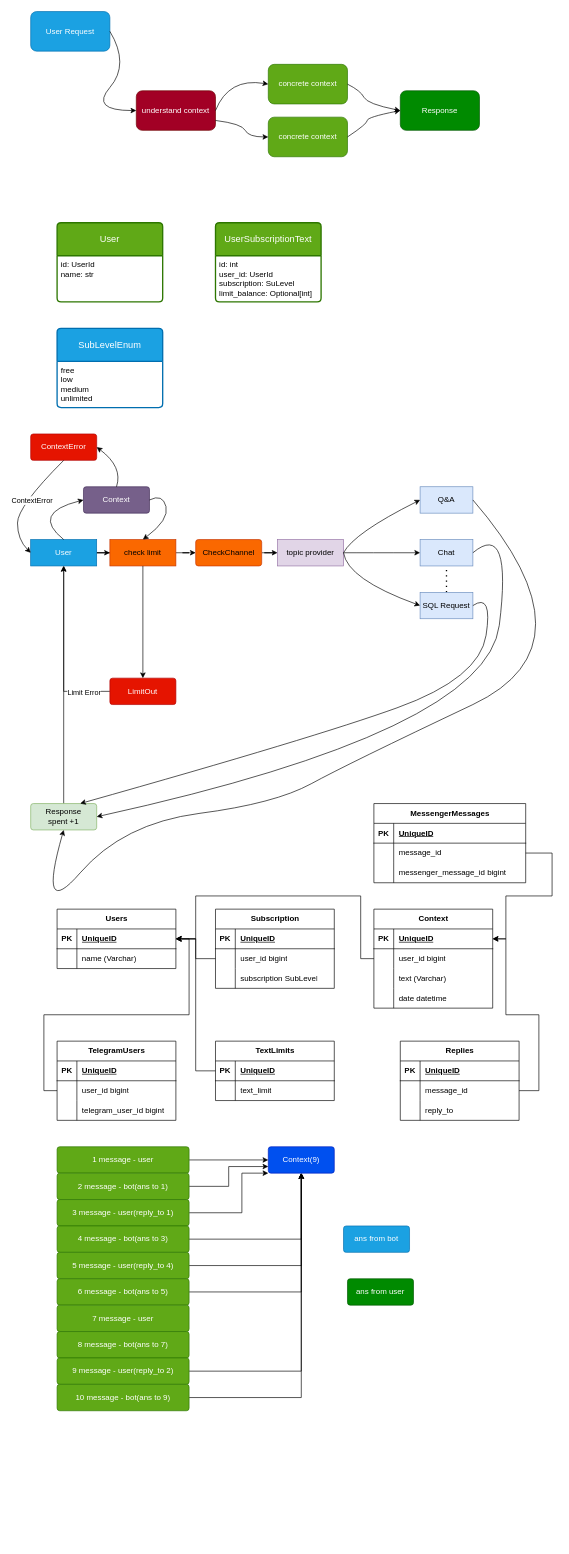
Before: ChatGpt.drawio in KmvRoman/Diagrams, a draw.io diagram. Source tidied: cells renumbered, new cells numbered last; positions are measured from the earlier drawing's top-left corner, leaving out a move shared by most shapes. Both pictures are drawn from the tidied source at 66%, with x=0, y=0 at pixel (17, 11).
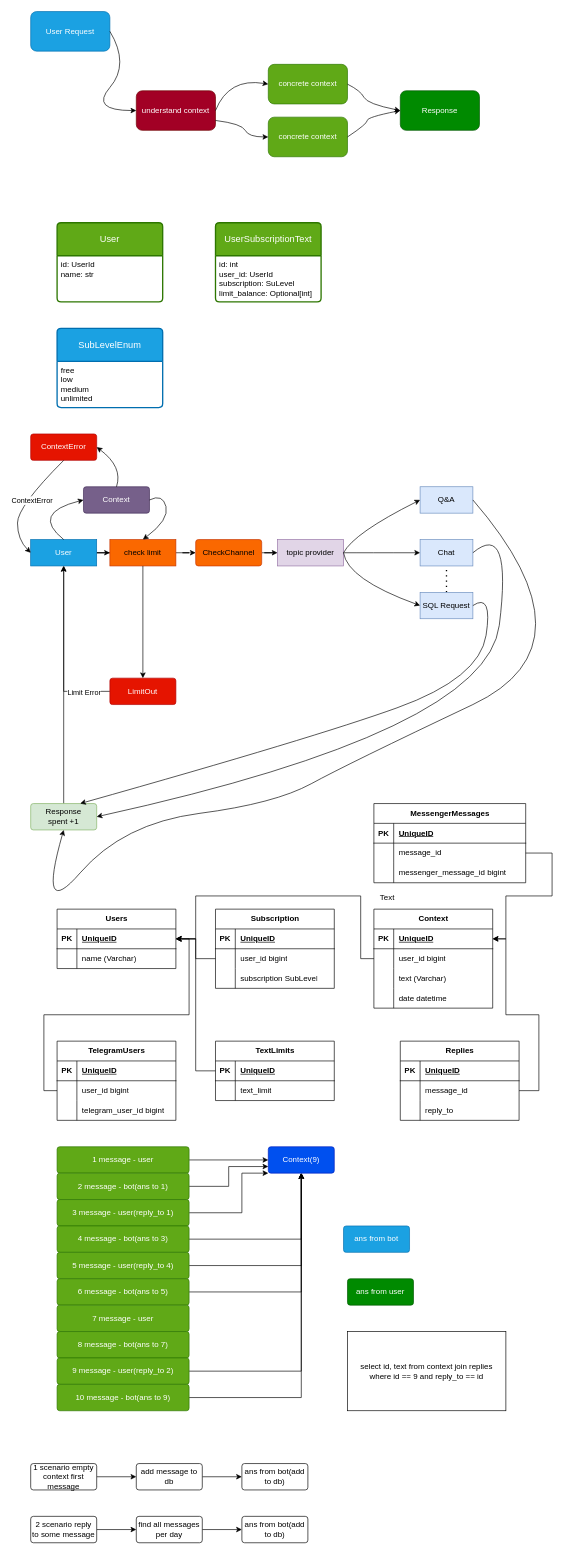
The same diagram, later.

What changed in the source:
```diff
@@
+    <mxCell id="143" style="edgeStyle=orthogonalEdgeStyle;rounded=0;jettySize=auto;html=1;entryX=0;entryY=0.5;entryDx=0;entryDy=0;" parent="1" edge="1" source="144" target="146">
+      <mxGeometry relative="1" as="geometry" />
+    </mxCell>
+    <mxCell id="144" value="1 scenario empty context first message" style="rounded=1;arcSize=10;whiteSpace=wrap;html=1;align=center;" parent="1" vertex="1">
+      <mxGeometry x="20" y="2200" width="100" height="40" as="geometry" />
+    </mxCell>
+    <mxCell id="145" style="edgeStyle=orthogonalEdgeStyle;rounded=0;jettySize=auto;html=1;entryX=0;entryY=0.5;entryDx=0;entryDy=0;" parent="1" edge="1" source="146" target="147">
+      <mxGeometry relative="1" as="geometry" />
+    </mxCell>
+    <mxCell id="146" value="add message to db" style="rounded=1;arcSize=10;whiteSpace=wrap;html=1;align=center;" parent="1" vertex="1">
+      <mxGeometry x="180" y="2200" width="100" height="40" as="geometry" />
+    </mxCell>
+    <mxCell id="147" value="ans from bot(add to db)" style="rounded=1;arcSize=10;whiteSpace=wrap;html=1;align=center;" parent="1" vertex="1">
+      <mxGeometry x="340" y="2200" width="100" height="40" as="geometry" />
+    </mxCell>
+    <mxCell id="148" style="edgeStyle=orthogonalEdgeStyle;rounded=0;jettySize=auto;html=1;entryX=0;entryY=0.5;entryDx=0;entryDy=0;" parent="1" edge="1" source="149" target="151">
+      <mxGeometry relative="1" as="geometry" />
+    </mxCell>
+    <mxCell id="149" value="2 scenario reply to some message" style="rounded=1;arcSize=10;whiteSpace=wrap;html=1;align=center;" parent="1" vertex="1">
+      <mxGeometry x="20" y="2280" width="100" height="40" as="geometry" />
+    </mxCell>
+    <mxCell id="150" style="edgeStyle=orthogonalEdgeStyle;rounded=0;jettySize=auto;html=1;entryX=0;entryY=0.5;entryDx=0;entryDy=0;" parent="1" edge="1" source="151" target="152">
+      <mxGeometry relative="1" as="geometry" />
+    </mxCell>
+    <mxCell id="151" value="find all messages per day" style="rounded=1;arcSize=10;whiteSpace=wrap;html=1;align=center;" parent="1" vertex="1">
+      <mxGeometry x="180" y="2280" width="100" height="40" as="geometry" />
+    </mxCell>
+    <mxCell id="152" value="ans from bot(add to db)" style="rounded=1;arcSize=10;whiteSpace=wrap;html=1;align=center;" parent="1" vertex="1">
+      <mxGeometry x="340" y="2280" width="100" height="40" as="geometry" />
+    </mxCell>
+    <mxCell id="153" value="select id, text from context join replies&lt;br&gt;where id == 9 and reply_to == id" style="whiteSpace=wrap;html=1;align=center;" parent="1" vertex="1">
+      <mxGeometry x="500" y="2000" width="240" height="120" as="geometry" />
+    </mxCell>
+    <mxCell id="154" value="Text" style="text;html=1;align=center;verticalAlign=middle;strokeColor=none;fillColor=none;" parent="1" vertex="1">
+      <mxGeometry x="535" y="1328" width="50" height="30" as="geometry" />
+    </mxCell>
```
